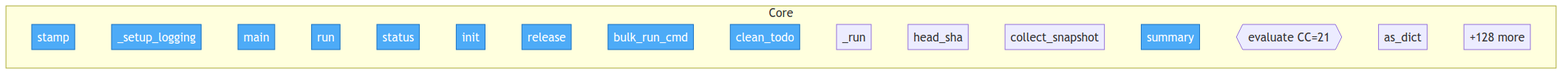
Above: project/flow.png in semcod/taskill (Mermaid), before the change. Its source is kept beside it as project/flow.mmd.
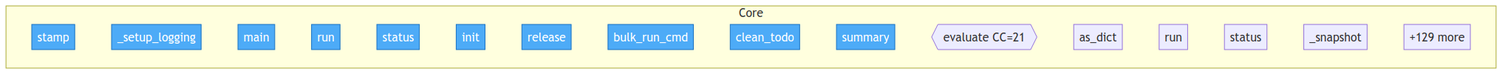
Above is the later version.

Diff of the diagram source:
```diff
@@ -12,13 +12,13 @@
         src__taskill__cli__release["release"]
         src__taskill__cli__bulk_run_cmd["bulk_run_cmd"]
         src__taskill__cli__clean_todo["clean_todo"]
-        src__taskill__git_state___run["_run"]
-        src__taskill__git_state__head_sha["head_sha"]
-        src__taskill__git_state__collect_snapshot["collect_snapshot"]
         src__taskill__triggers__TriggerEvaluation__summary["summary"]
         src__taskill__triggers__evaluate{{evaluate CC=21}}
         src__taskill__core__TaskillResult__as_dict["as_dict"]
-        ...["+128 more"]
+        src__taskill__core__Taskill__run["run"]
+        src__taskill__core__Taskill__status["status"]
+        src__taskill__core__Taskill___snapshot["_snapshot"]
+        ...["+129 more"]
     end
 
     class src__taskill__state__TaskillState__stamp,src__taskill__cli___setup_logging,src__taskill__cli__main,src__taskill__cli__run,src__taskill__cli__status,src__taskill__cli__init,src__taskill__cli__release,src__taskill__cli__bulk_run_cmd,src__taskill__cli__clean_todo,src__taskill__triggers__TriggerEvaluation__summary entry
```
